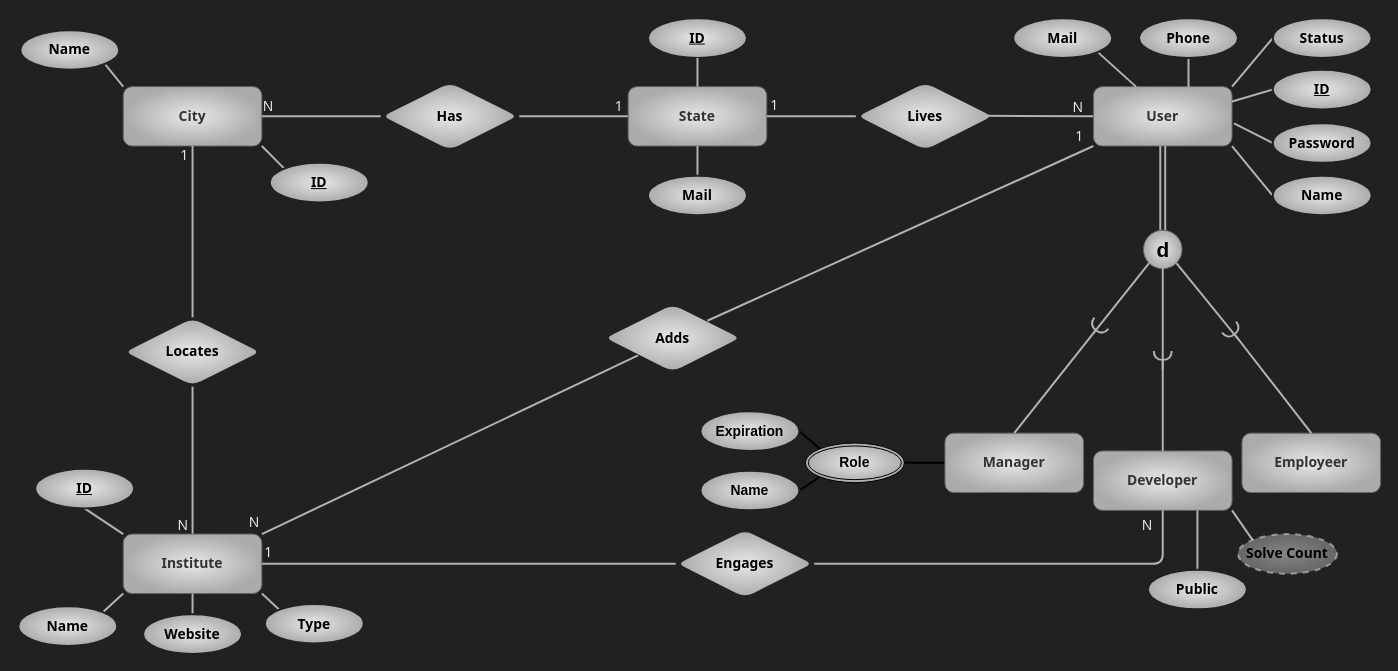
This is page "authentication" (3 of 5) of assets/er.drawio from kntu-db/quera-norm, a draw.io file, before an edit. Source tidied: cells renumbered, new cells numbered last; positions are measured from the earlier drawing's top-left corner, leaving out a move shared by most shapes. Both pictures are drawn from the tidied source at 99%, with x=0, y=0 at pixel (18, 18).
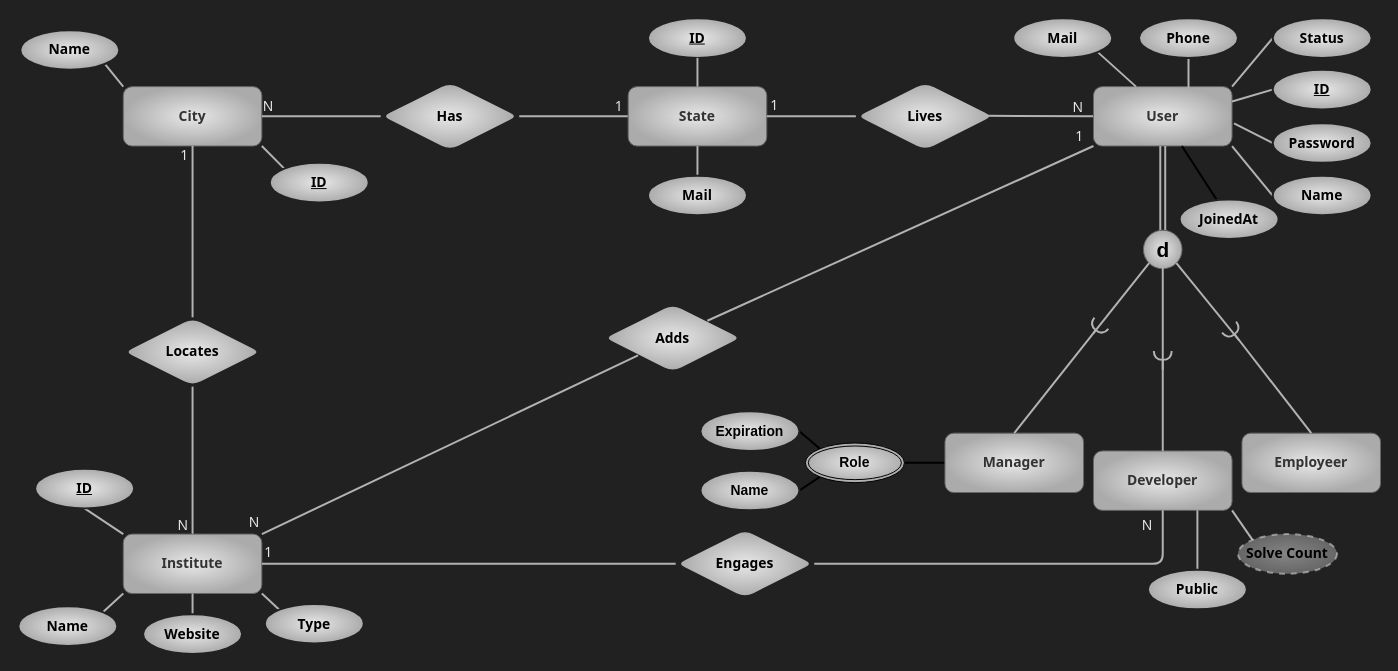
After the change.

Commit message:
Add public after archieve for class

Unchanged cells that the change refers to:
```xml
<mxCell id="30" value="User" style="whiteSpace=wrap;html=1;align=center;fontFamily=Tahoma;rounded=1;fillColor=#E8E8E8;strokeColor=#666666;fontColor=#333333;gradientColor=#ABABAB;gradientDirection=radial;fontSize=14;labelBackgroundColor=none;fontStyle=1;" parent="1" vertex="1">
  <mxGeometry x="1086" y="69" width="140" height="60" as="geometry" />
</mxCell>
```

Change to the diagram source:
```diff
@@
+    <mxCell id="83" style="edgeStyle=none;html=1;endArrow=none;endFill=0;strokeWidth=2;" parent="1" edge="1" source="84" target="30">
+      <mxGeometry relative="1" as="geometry" />
+    </mxCell>
+    <mxCell id="84" value="JoinedAt" style="ellipse;whiteSpace=wrap;html=1;align=center;rounded=1;labelBackgroundColor=none;fontFamily=Tahoma;fontSize=14;fontColor=#000000;strokeColor=#212121;strokeWidth=2;fillColor=#E8E8E8;gradientColor=#ABABAB;gradientDirection=radial;fontStyle=1;" parent="1" vertex="1">
+      <mxGeometry x="1173" y="183" width="100" height="40" as="geometry" />
+    </mxCell>
```
